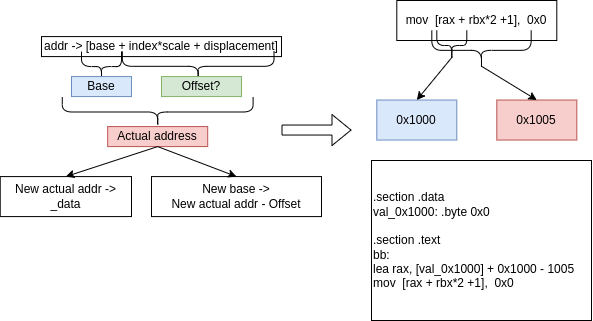
Earlier version of the draw.io export figures/mem_addr.png (alpberkman/tum-cs-bsc-thesis). Source tidied: cells renumbered, new cells last; positions are measured from the earlier drawing's top-left corner, leaving out a move shared by most shapes.
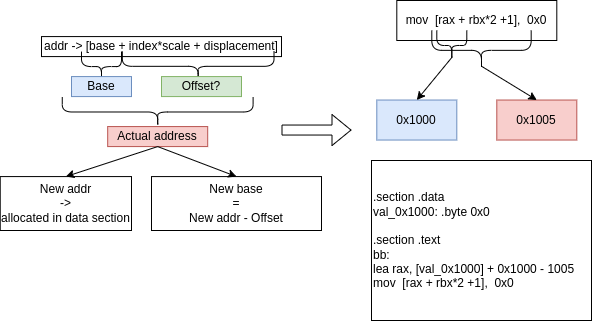
After the change.

The edit, as a diff of the source:
```diff
@@ -47,11 +47,11 @@
     <mxCell id="16" value="Actual address" style="rounded=0;whiteSpace=wrap;html=1;fillColor=#f8cecc;strokeColor=#b85450;" parent="1" vertex="1">
       <mxGeometry x="107.2" y="136.1" width="100" height="20" as="geometry" />
     </mxCell>
-    <mxCell id="17" value="New actual addr -&amp;gt;&lt;br&gt;_data" style="rounded=0;whiteSpace=wrap;html=1;" parent="1" vertex="1">
-      <mxGeometry x="-0.3" y="186.1" width="131.3" height="40" as="geometry" />
+    <mxCell id="17" value="New addr&lt;br&gt;-&amp;gt;&lt;br&gt;allocated in data section" style="rounded=0;whiteSpace=wrap;html=1;" parent="1" vertex="1">
+      <mxGeometry x="-0.3" y="186.1" width="131.3" height="53.9" as="geometry" />
     </mxCell>
-    <mxCell id="18" value="New base -&amp;gt;&lt;div&gt;New actual addr - Offset&lt;br&gt;&lt;/div&gt;" style="rounded=0;whiteSpace=wrap;html=1;" parent="1" vertex="1">
-      <mxGeometry x="151" y="186.1" width="170" height="40" as="geometry" />
+    <mxCell id="18" value="New base &lt;br&gt;&lt;div&gt;=&lt;/div&gt;&lt;div&gt;New addr - Offset&lt;br&gt;&lt;/div&gt;" style="rounded=0;whiteSpace=wrap;html=1;" parent="1" vertex="1">
+      <mxGeometry x="151" y="186.1" width="170" height="53.9" as="geometry" />
     </mxCell>
     <mxCell id="19" style="endArrow=classic;html=1;rounded=0;exitX=0.5;exitY=1;exitDx=0;exitDy=0;entryX=0.5;entryY=0;entryDx=0;entryDy=0;" parent="1" edge="1" source="16" target="17">
       <mxGeometry relative="1" as="geometry" />
```
